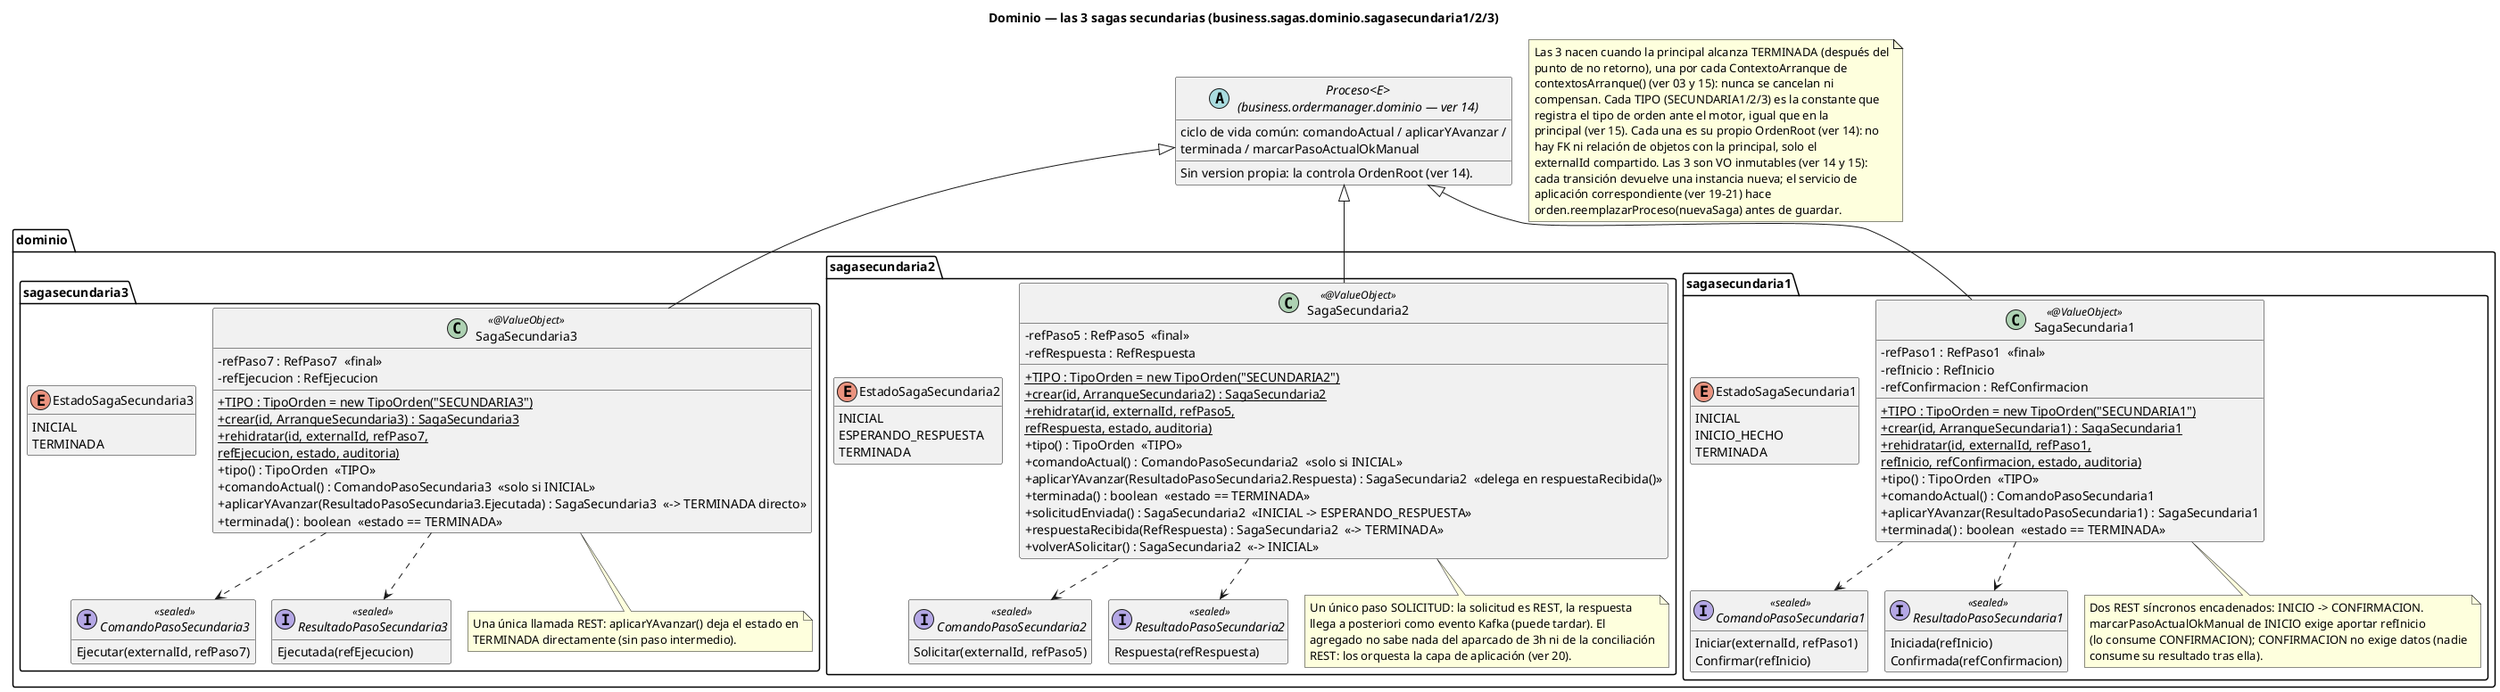
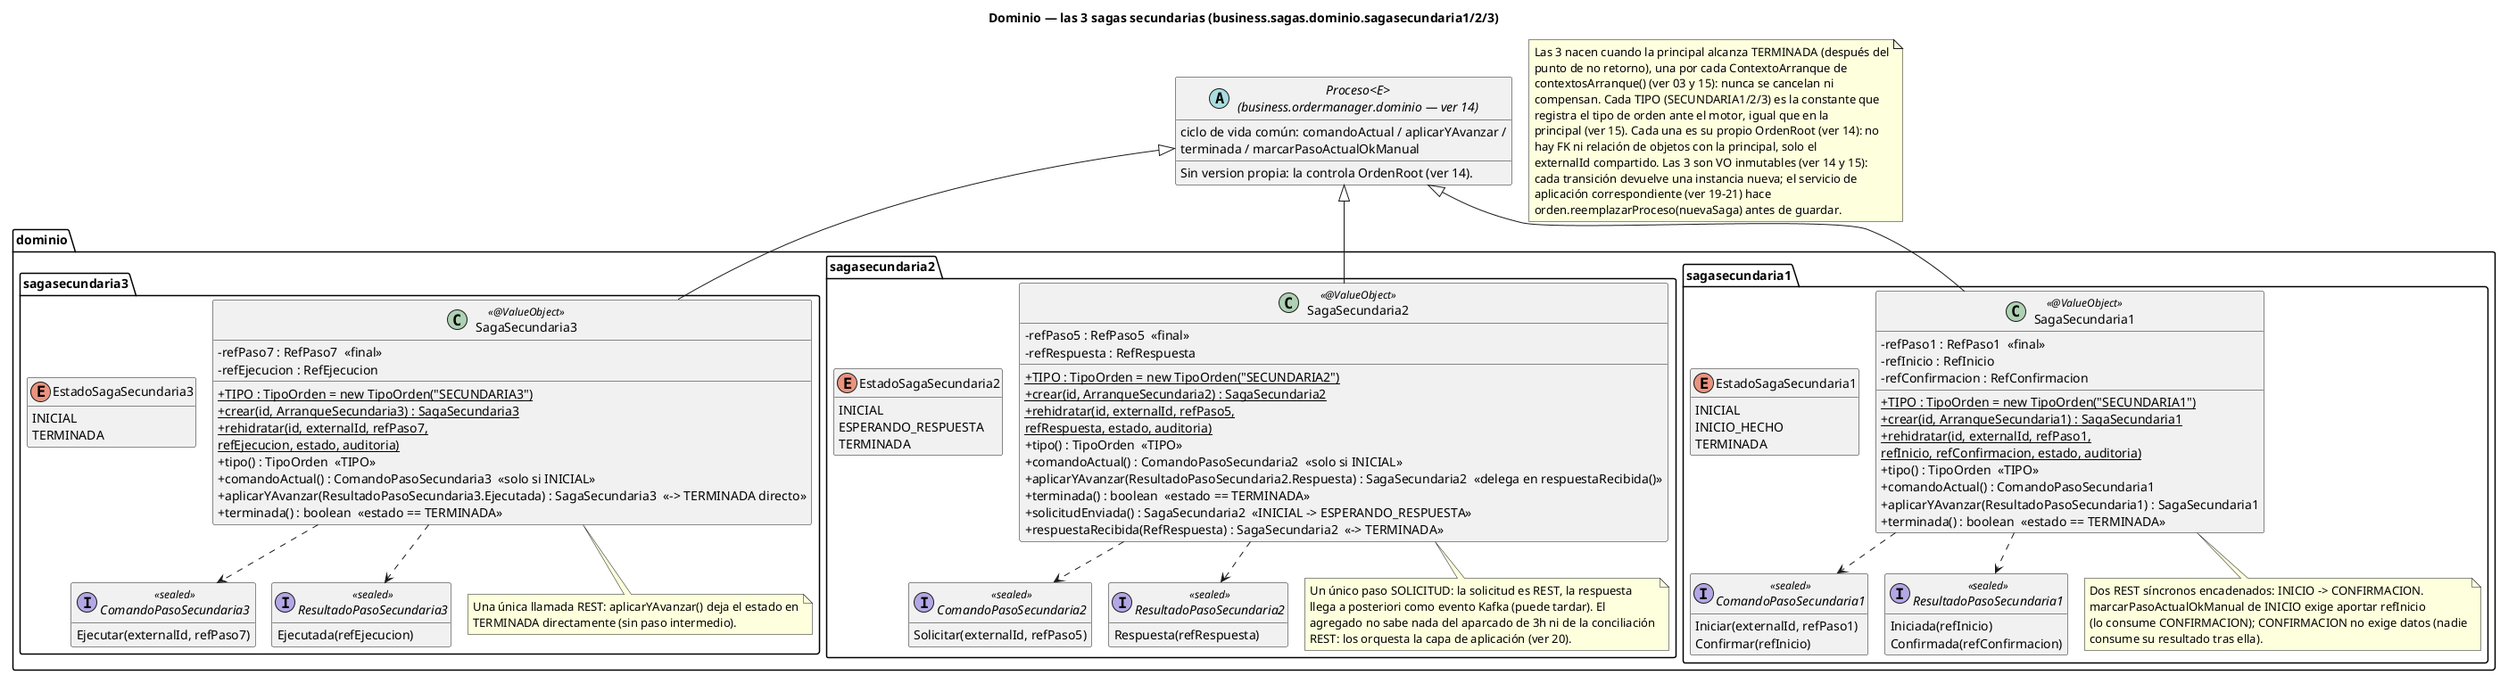
@startuml 16-clases-dominio-sagas-secundarias
title Dominio — las 3 sagas secundarias (business.sagas.dominio.sagasecundaria1/2/3)
!pragma layout smetana
hide empty members
skinparam classAttributeIconSize 0

abstract class "Proceso<E>\n(business.ordermanager.dominio — ver 14)" as Proceso {
  ciclo de vida común: comandoActual / aplicarYAvanzar /
  terminada / marcarPasoActualOkManual
  Sin version propia: la controla OrdenRoot (ver 14).
}

package "dominio.sagasecundaria1" {
  class SagaSecundaria1 <<@ValueObject>> {
    +{static} TIPO : TipoOrden = new TipoOrden("SECUNDARIA1")
    -refPaso1 : RefPaso1  «final»
    -refInicio : RefInicio
    -refConfirmacion : RefConfirmacion
    +{static} crear(id, ArranqueSecundaria1) : SagaSecundaria1
    +{static} rehidratar(id, externalId, refPaso1,\nrefInicio, refConfirmacion, estado, auditoria)
    +tipo() : TipoOrden  «TIPO»
    +comandoActual() : ComandoPasoSecundaria1
    +aplicarYAvanzar(ResultadoPasoSecundaria1) : SagaSecundaria1
    +terminada() : boolean  «estado == TERMINADA»
  }
  enum EstadoSagaSecundaria1 {
    INICIAL
    INICIO_HECHO
    TERMINADA
  }
  interface ComandoPasoSecundaria1 <<sealed>> {
    Iniciar(externalId, refPaso1)
    Confirmar(refInicio)
  }
  interface ResultadoPasoSecundaria1 <<sealed>> {
    Iniciada(refInicio)
    Confirmada(refConfirmacion)
  }
  note bottom of SagaSecundaria1
    Dos REST síncronos encadenados: INICIO -> CONFIRMACION.
    marcarPasoActualOkManual de INICIO exige aportar refInicio
    (lo consume CONFIRMACION); CONFIRMACION no exige datos (nadie
    consume su resultado tras ella).
  end note
}

package "dominio.sagasecundaria2" {
  class SagaSecundaria2 <<@ValueObject>> {
    +{static} TIPO : TipoOrden = new TipoOrden("SECUNDARIA2")
    -refPaso5 : RefPaso5  «final»
    -refRespuesta : RefRespuesta
    +{static} crear(id, ArranqueSecundaria2) : SagaSecundaria2
    +{static} rehidratar(id, externalId, refPaso5,\nrefRespuesta, estado, auditoria)
    +tipo() : TipoOrden  «TIPO»
    +comandoActual() : ComandoPasoSecundaria2  «solo si INICIAL»
    +aplicarYAvanzar(ResultadoPasoSecundaria2.Respuesta) : SagaSecundaria2  «delega en respuestaRecibida()»
    +terminada() : boolean  «estado == TERMINADA»
    +solicitudEnviada() : SagaSecundaria2  «INICIAL -> ESPERANDO_RESPUESTA»
    +respuestaRecibida(RefRespuesta) : SagaSecundaria2  «-> TERMINADA»
-     +volverASolicitar() : SagaSecundaria2  «-> INICIAL»
  }
  enum EstadoSagaSecundaria2 {
    INICIAL
    ESPERANDO_RESPUESTA
    TERMINADA
  }
  interface ComandoPasoSecundaria2 <<sealed>> {
    Solicitar(externalId, refPaso5)
  }
  interface ResultadoPasoSecundaria2 <<sealed>> {
    Respuesta(refRespuesta)
  }
  note bottom of SagaSecundaria2
    Un único paso SOLICITUD: la solicitud es REST, la respuesta
    llega a posteriori como evento Kafka (puede tardar). El
    agregado no sabe nada del aparcado de 3h ni de la conciliación
    REST: los orquesta la capa de aplicación (ver 20).
  end note
}

package "dominio.sagasecundaria3" {
  class SagaSecundaria3 <<@ValueObject>> {
    +{static} TIPO : TipoOrden = new TipoOrden("SECUNDARIA3")
    -refPaso7 : RefPaso7  «final»
    -refEjecucion : RefEjecucion
    +{static} crear(id, ArranqueSecundaria3) : SagaSecundaria3
    +{static} rehidratar(id, externalId, refPaso7,\nrefEjecucion, estado, auditoria)
    +tipo() : TipoOrden  «TIPO»
    +comandoActual() : ComandoPasoSecundaria3  «solo si INICIAL»
    +aplicarYAvanzar(ResultadoPasoSecundaria3.Ejecutada) : SagaSecundaria3  «-> TERMINADA directo»
    +terminada() : boolean  «estado == TERMINADA»
  }
  enum EstadoSagaSecundaria3 {
    INICIAL
    TERMINADA
  }
  interface ComandoPasoSecundaria3 <<sealed>> {
    Ejecutar(externalId, refPaso7)
  }
  interface ResultadoPasoSecundaria3 <<sealed>> {
    Ejecutada(refEjecucion)
  }
  note bottom of SagaSecundaria3
    Una única llamada REST: aplicarYAvanzar() deja el estado en
    TERMINADA directamente (sin paso intermedio).
  end note
}

Proceso <|-down- SagaSecundaria1
Proceso <|-down- SagaSecundaria2
Proceso <|-down- SagaSecundaria3

SagaSecundaria1 ..> ComandoPasoSecundaria1
SagaSecundaria1 ..> ResultadoPasoSecundaria1
SagaSecundaria2 ..> ComandoPasoSecundaria2
SagaSecundaria2 ..> ResultadoPasoSecundaria2
SagaSecundaria3 ..> ComandoPasoSecundaria3
SagaSecundaria3 ..> ResultadoPasoSecundaria3

note as NNace
  Las 3 nacen cuando la principal alcanza TERMINADA (después del
  punto de no retorno), una por cada ContextoArranque de
  contextosArranque() (ver 03 y 15): nunca se cancelan ni
  compensan. Cada TIPO (SECUNDARIA1/2/3) es la constante que
  registra el tipo de orden ante el motor, igual que en la
  principal (ver 15). Cada una es su propio OrdenRoot (ver 14): no
  hay FK ni relación de objetos con la principal, solo el
  externalId compartido. Las 3 son VO inmutables (ver 14 y 15):
  cada transición devuelve una instancia nueva; el servicio de
  aplicación correspondiente (ver 19-21) hace
  orden.reemplazarProceso(nuevaSaga) antes de guardar.
end note
@enduml
